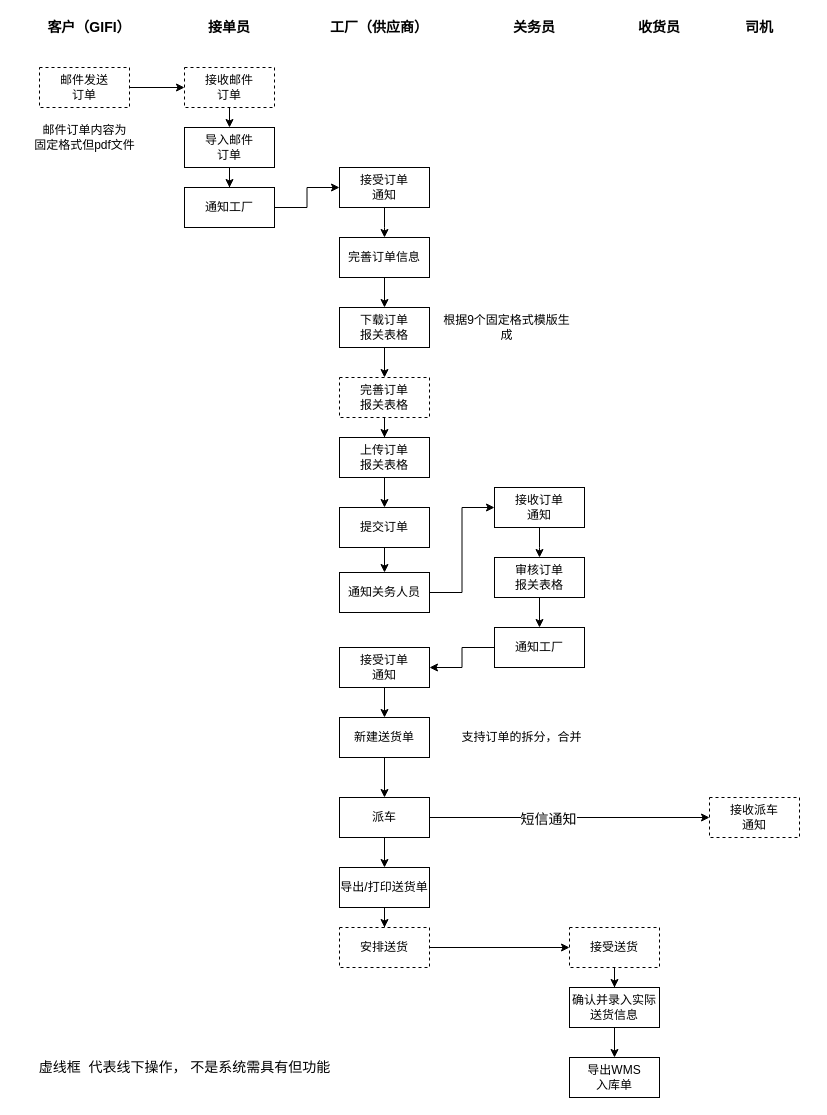
easefulfil/CLOUDCARE keeps this draw.io diagram as page "业务流程图" (1 of 5) of shrine-doc/进区预约系统.drawio. Above is the earlier version. Source tidied: cells renumbered, new cells numbered last; positions are measured from the earlier drawing's top-left corner, leaving out a move shared by most shapes. Both pictures are drawn from the tidied source at 100%, with x=0, y=0 at pixel (17, 17).
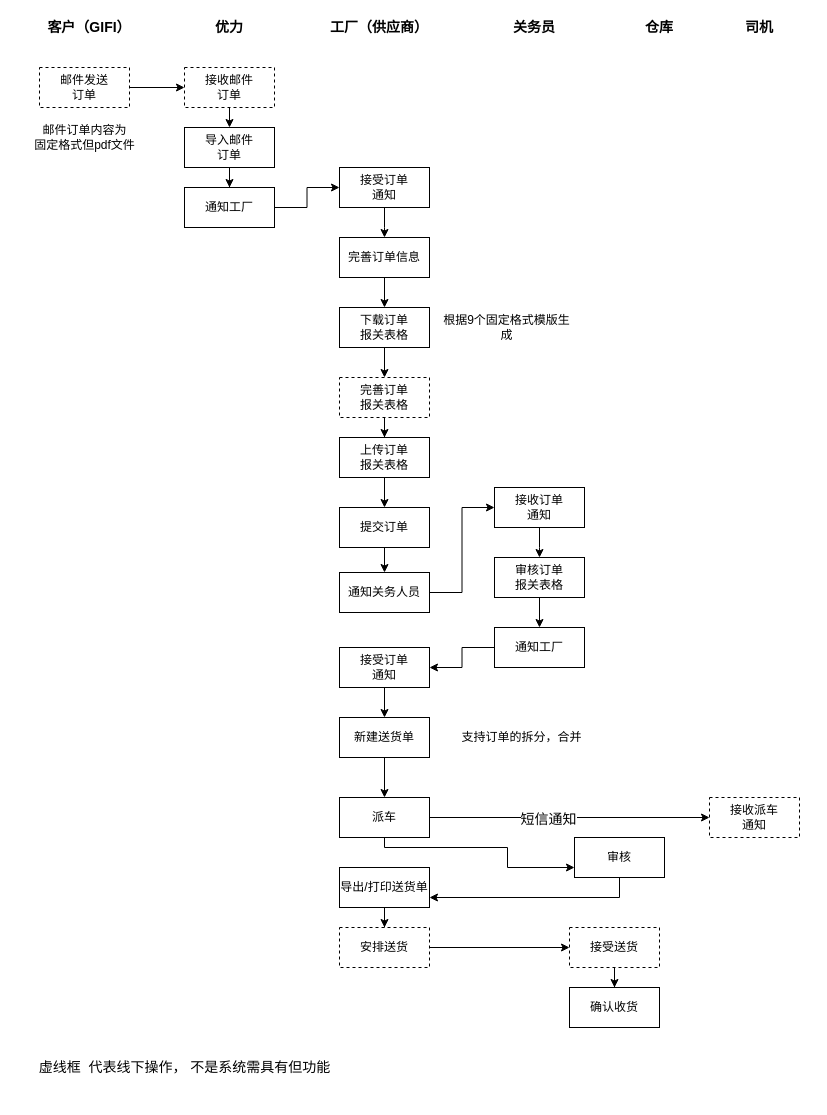
The same diagram, later.

The change refers to these unchanged cells:
```xml
<mxCell id="41" value="派车" style="rounded=0;whiteSpace=wrap;html=1;" parent="1" vertex="1">
  <mxGeometry x="322" y="780" width="90" height="40" as="geometry" />
</mxCell>
<mxCell id="43" value="导出/打印送货单" style="rounded=0;whiteSpace=wrap;html=1;" parent="1" vertex="1">
  <mxGeometry x="322" y="850" width="90" height="40" as="geometry" />
</mxCell>
```

What changed in the source:
```diff
@@
-    <mxCell id="3" value="接单员" style="text;html=1;strokeColor=none;fillColor=none;align=center;verticalAlign=middle;whiteSpace=wrap;rounded=0;fontSize=14;fontStyle=1;" parent="1" vertex="1">
+    <mxCell id="3" value="优力" style="text;html=1;strokeColor=none;fillColor=none;align=center;verticalAlign=middle;whiteSpace=wrap;rounded=0;fontSize=14;fontStyle=1;" parent="1" vertex="1">
       <mxGeometry x="162" width="100" height="20" as="geometry" />
     </mxCell>
@@
-    <mxCell id="38" style="edgeStyle=orthogonalEdgeStyle;rounded=0;jettySize=auto;html=1;entryX=0.5;entryY=0;entryDx=0;entryDy=0;" parent="1" edge="1" source="41" target="43">
-      <mxGeometry relative="1" as="geometry" />
-    </mxCell>
@@
+    <mxCell id="58" style="edgeStyle=orthogonalEdgeStyle;rounded=0;jettySize=auto;html=1;entryX=0;entryY=0.75;entryDx=0;entryDy=0;" parent="1" edge="1" source="41" target="60">
+      <mxGeometry relative="1" as="geometry">
+        <Array as="points">
+          <mxPoint x="367" y="830" />
+          <mxPoint x="490" y="830" />
+          <mxPoint x="490" y="850" />
+        </Array>
+      </mxGeometry>
+    </mxCell>
@@
-    <mxCell id="44" value="收货员" style="text;html=1;strokeColor=none;fillColor=none;align=center;verticalAlign=middle;whiteSpace=wrap;rounded=0;fontSize=14;fontStyle=1;" parent="1" vertex="1">
+    <mxCell id="44" value="仓库" style="text;html=1;strokeColor=none;fillColor=none;align=center;verticalAlign=middle;whiteSpace=wrap;rounded=0;fontSize=14;fontStyle=1;" parent="1" vertex="1">
       <mxGeometry x="592" width="100" height="20" as="geometry" />
     </mxCell>
@@
-    <mxCell id="49" style="edgeStyle=orthogonalEdgeStyle;rounded=0;jettySize=auto;html=1;entryX=0.5;entryY=0;entryDx=0;entryDy=0;" parent="1" edge="1" source="50" target="51">
-      <mxGeometry relative="1" as="geometry" />
-    </mxCell>
-    <mxCell id="50" value="确认并录入实际&lt;br&gt;送货信息" style="rounded=0;whiteSpace=wrap;html=1;" parent="1" vertex="1">
+    <mxCell id="50" value="确认收货" style="rounded=0;whiteSpace=wrap;html=1;" parent="1" vertex="1">
       <mxGeometry x="552" y="970" width="90" height="40" as="geometry" />
     </mxCell>
-    <mxCell id="51" value="导出WMS&lt;br&gt;入库单" style="rounded=0;whiteSpace=wrap;html=1;" parent="1" vertex="1">
-      <mxGeometry x="552" y="1040" width="90" height="40" as="geometry" />
-    </mxCell>
@@
+    <mxCell id="59" style="edgeStyle=orthogonalEdgeStyle;rounded=0;jettySize=auto;html=1;entryX=1;entryY=0.75;entryDx=0;entryDy=0;" parent="1" edge="1" source="60" target="43">
+      <mxGeometry relative="1" as="geometry">
+        <Array as="points">
+          <mxPoint x="602" y="880" />
+        </Array>
+      </mxGeometry>
+    </mxCell>
+    <mxCell id="60" value="审核" style="rounded=0;whiteSpace=wrap;html=1;" parent="1" vertex="1">
+      <mxGeometry x="557" y="820" width="90" height="40" as="geometry" />
+    </mxCell>
```
